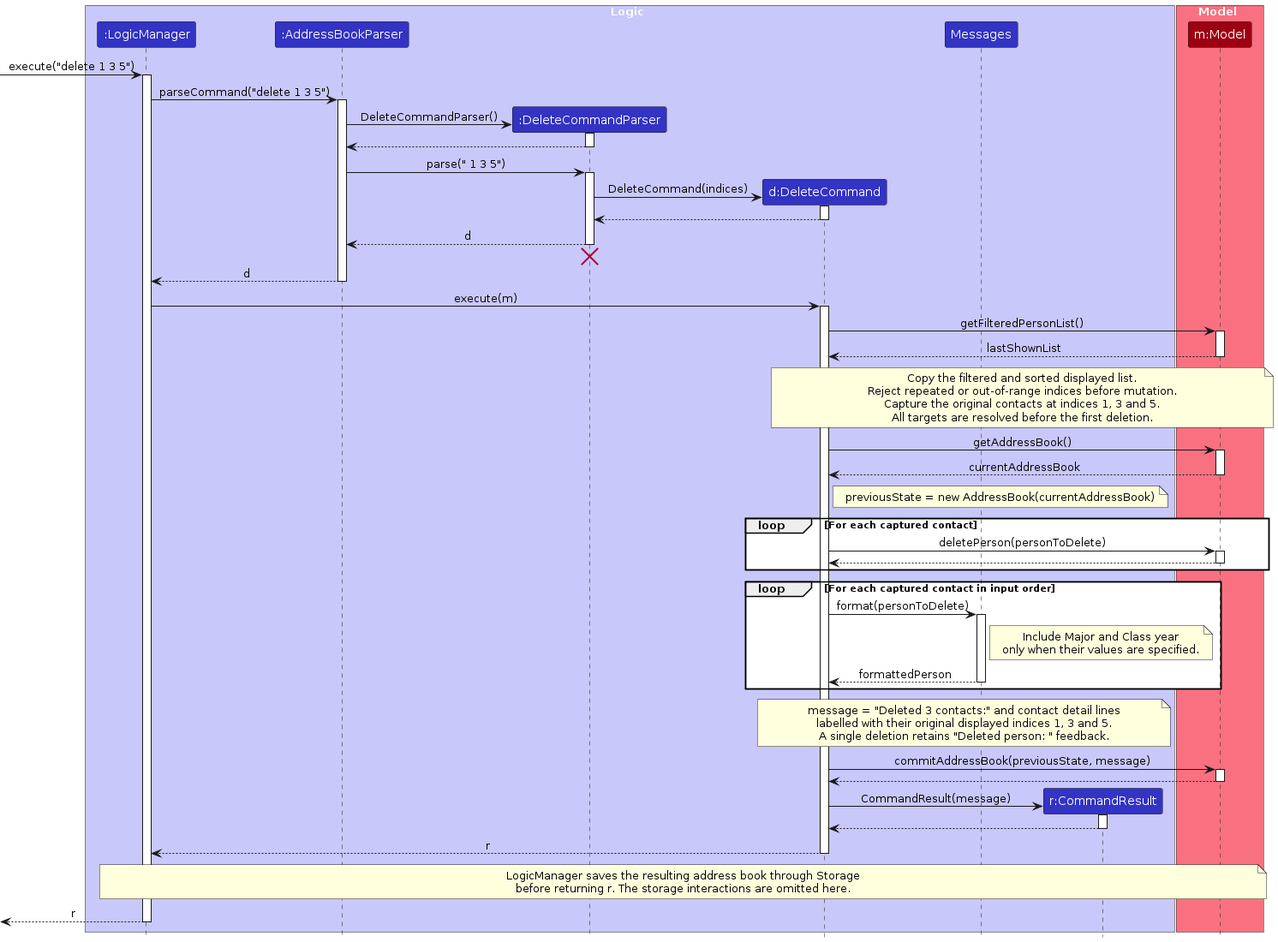
This is diagrams/DeleteSequenceDiagram.png from AY2627S1-CS2103T-F15-3/tp, a PlantUML export, as it was before one commit. Its source is kept beside it as diagrams/DeleteSequenceDiagram.puml.
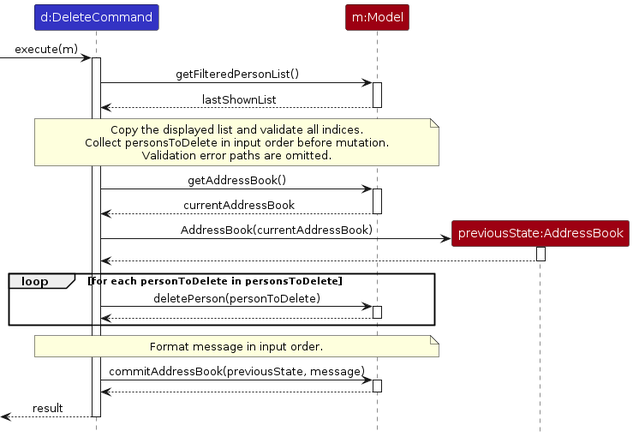
Later version of the same file.

What changed in the source:
```diff
@@ -2,51 +2,11 @@
 !include style.puml
 skinparam ArrowFontStyle plain
 
-box Logic LOGIC_COLOR_T1
-participant ":LogicManager" as LogicManager LOGIC_COLOR
-participant ":AddressBookParser" as AddressBookParser LOGIC_COLOR
-participant ":DeleteCommandParser" as DeleteCommandParser LOGIC_COLOR
 participant "d:DeleteCommand" as DeleteCommand LOGIC_COLOR
-participant "Messages" as Messages LOGIC_COLOR
-participant "r:CommandResult" as CommandResult LOGIC_COLOR
-end box
+participant "m:Model" as Model MODEL_COLOR
+participant "previousState:AddressBook" as PreviousState MODEL_COLOR
 
-box Model MODEL_COLOR_T1
-participant "m:Model" as Model MODEL_COLOR
-end box
-
-[-> LogicManager : execute("delete 1 3 5")
-activate LogicManager
-
-LogicManager -> AddressBookParser : parseCommand("delete 1 3 5")
-activate AddressBookParser
-
-create DeleteCommandParser
-AddressBookParser -> DeleteCommandParser : DeleteCommandParser()
-activate DeleteCommandParser
-
-DeleteCommandParser --> AddressBookParser
-deactivate DeleteCommandParser
-
-AddressBookParser -> DeleteCommandParser : parse(" 1 3 5")
-activate DeleteCommandParser
-
-create DeleteCommand
-DeleteCommandParser -> DeleteCommand : DeleteCommand(indices)
-activate DeleteCommand
-
-DeleteCommand --> DeleteCommandParser :
-deactivate DeleteCommand
-
-DeleteCommandParser --> AddressBookParser : d
-deactivate DeleteCommandParser
-DeleteCommandParser -[hidden]-> AddressBookParser
-destroy DeleteCommandParser
-
-AddressBookParser --> LogicManager : d
-deactivate AddressBookParser
-
-LogicManager -> DeleteCommand : execute(m)
+[-> DeleteCommand : execute(m)
 activate DeleteCommand
 
 DeleteCommand -> Model : getFilteredPersonList()
@@ -55,10 +15,9 @@
 deactivate Model
 
 note over DeleteCommand, Model
-  Copy the filtered and sorted displayed list.
-  Reject repeated or out-of-range indices before mutation.
-  Capture the original contacts at indices 1, 3 and 5.
-  All targets are resolved before the first deletion.
+  Copy the displayed list and validate all indices.
+  Collect personsToDelete in input order before mutation.
+  Validation error paths are omitted.
 end note
 
 DeleteCommand -> Model : getAddressBook()
@@ -66,32 +25,21 @@
 Model --> DeleteCommand : currentAddressBook
 deactivate Model
 
-note right of DeleteCommand
-  previousState = new AddressBook(currentAddressBook)
-end note
+create PreviousState
+DeleteCommand -> PreviousState : AddressBook(currentAddressBook)
+activate PreviousState
+PreviousState --> DeleteCommand
+deactivate PreviousState
 
-loop For each captured contact
-    DeleteCommand -> Model : deletePerson(personToDelete)
-    activate Model
-    Model --> DeleteCommand
-    deactivate Model
+loop for each personToDelete in personsToDelete
+  DeleteCommand -> Model : deletePerson(personToDelete)
+  activate Model
+  Model --> DeleteCommand
+  deactivate Model
 end
 
-loop For each captured contact in input order
-    DeleteCommand -> Messages : format(personToDelete)
-    activate Messages
-    note right of Messages
-      Include Major and Class year
-      only when their values are specified.
-    end note
-    Messages --> DeleteCommand : formattedPerson
-    deactivate Messages
-end
-
-note over DeleteCommand, CommandResult
-  message = "Deleted 3 contacts:" and contact detail lines
-  labelled with their original displayed indices 1, 3 and 5.
-  A single deletion retains "Deleted person: " feedback.
+note over DeleteCommand, Model
+  Format message in input order.
 end note
 
 DeleteCommand -> Model : commitAddressBook(previousState, message)
@@ -99,21 +47,6 @@
 Model --> DeleteCommand
 deactivate Model
 
-create CommandResult
-DeleteCommand -> CommandResult : CommandResult(message)
-activate CommandResult
-
-CommandResult --> DeleteCommand
-deactivate CommandResult
-
-DeleteCommand --> LogicManager : r
+DeleteCommand -->[ : result
 deactivate DeleteCommand
-
-note over LogicManager, Model
-  LogicManager saves the resulting address book through Storage
-  before returning r. The storage interactions are omitted here.
-end note
-
-[<--LogicManager : r
-deactivate LogicManager
 @enduml
```
